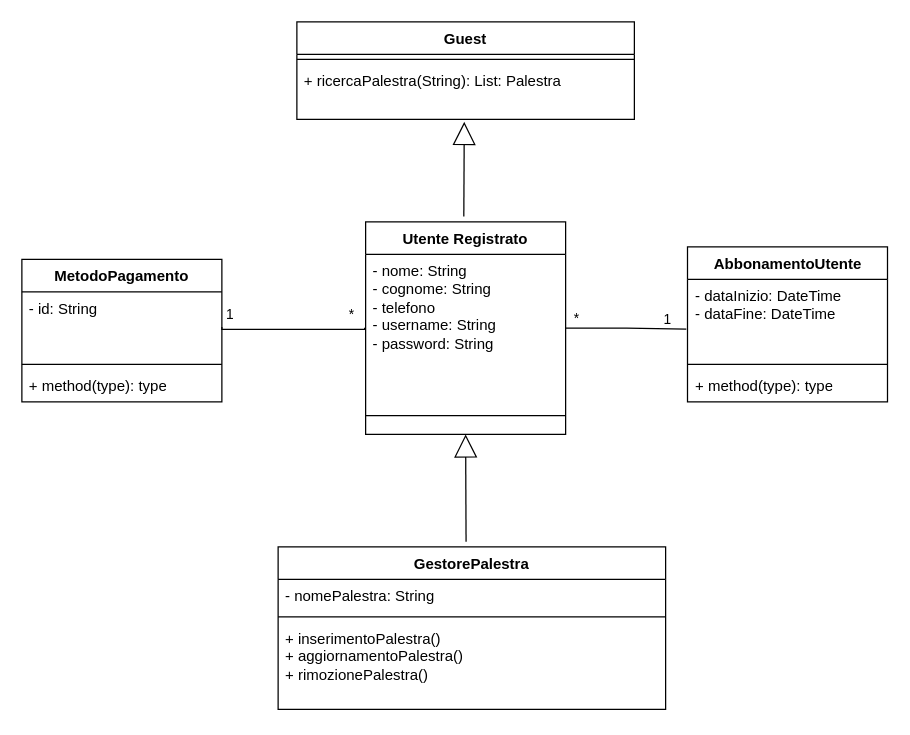
Earlier version of the draw.io diagram page "Page-1" (1 of 2) of Diagrammi_UML/Utente.drawio (JosephBoom02/Progetto_Ingegneria_del_Software). Source tidied: cells renumbered, new cells numbered last; positions are measured from the earlier drawing's top-left corner, leaving out a move shared by most shapes. Both pictures are drawn from the tidied source at 125%, with x=0, y=0 at pixel (21, 21).
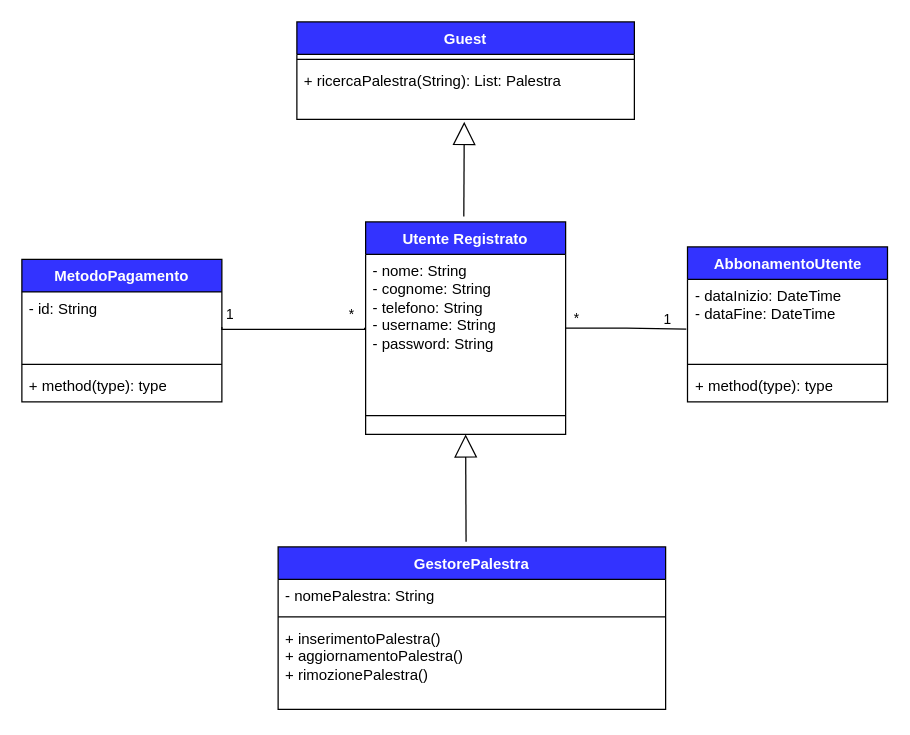
The same diagram, later.

Change to the diagram source:
```diff
@@
-    <mxCell id="2" value="Utente Registrato" style="swimlane;fontStyle=1;align=center;verticalAlign=top;horizontal=1;startSize=26;whiteSpace=wrap;html=1;" parent="1" vertex="1">
+    <mxCell id="2" value="&lt;font color=&quot;#ffffff&quot;&gt;Utente Registrato&lt;/font&gt;" style="swimlane;fontStyle=1;align=center;verticalAlign=top;horizontal=1;startSize=26;whiteSpace=wrap;html=1;fillColor=#3333FF;" parent="1" vertex="1">
       <mxGeometry x="275" y="160" width="160" height="170" as="geometry" />
     </mxCell>
-    <mxCell id="3" value="- nome: String&lt;br&gt;&lt;div&gt;- cognome: String&lt;/div&gt;&lt;div&gt;- telefono&lt;/div&gt;&lt;div&gt;- username: String&lt;/div&gt;&lt;div&gt;- password: String&lt;/div&gt;&lt;div&gt;&lt;br&gt; &lt;/div&gt;" style="text;strokeColor=none;fillColor=none;align=left;verticalAlign=top;spacingLeft=4;spacingRight=4;overflow=hidden;whiteSpace=wrap;html=1;" parent="2" vertex="1">
+    <mxCell id="3" value="- nome: String&lt;br&gt;&lt;div&gt;- cognome: String&lt;/div&gt;&lt;div&gt;- telefono: String&lt;br&gt;&lt;/div&gt;&lt;div&gt;- username: String&lt;/div&gt;&lt;div&gt;- password: String&lt;/div&gt;&lt;div&gt;&lt;br&gt; &lt;/div&gt;" style="text;strokeColor=none;fillColor=none;align=left;verticalAlign=top;spacingLeft=4;spacingRight=4;overflow=hidden;whiteSpace=wrap;html=1;" parent="2" vertex="1">
       <mxGeometry y="26" width="160" height="114" as="geometry" />
     </mxCell>
@@
-    <mxCell id="5" value="AbbonamentoUtente" style="swimlane;fontStyle=1;align=center;verticalAlign=top;horizontal=1;startSize=26;whiteSpace=wrap;html=1;" parent="1" vertex="1">
+    <mxCell id="5" value="&lt;font color=&quot;#ffffff&quot;&gt;AbbonamentoUtente&lt;/font&gt;" style="swimlane;fontStyle=1;align=center;verticalAlign=top;horizontal=1;startSize=26;whiteSpace=wrap;html=1;fillColor=#3333FF;" parent="1" vertex="1">
       <mxGeometry x="532.5" y="180" width="160" height="124" as="geometry" />
     </mxCell>
@@
-    <mxCell id="12" value="MetodoPagamento" style="swimlane;fontStyle=1;align=center;verticalAlign=top;horizontal=1;startSize=26;whiteSpace=wrap;html=1;" parent="1" vertex="1">
+    <mxCell id="12" value="&lt;font color=&quot;#ffffff&quot;&gt;MetodoPagamento&lt;/font&gt;" style="swimlane;fontStyle=1;align=center;verticalAlign=top;horizontal=1;startSize=26;whiteSpace=wrap;html=1;fillColor=#3333FF;" parent="1" vertex="1">
       <mxGeometry y="190" width="160" height="114" as="geometry" />
     </mxCell>
@@
-    <mxCell id="21" value="&lt;div&gt;Guest&lt;/div&gt;&lt;div&gt;&lt;br&gt;&lt;/div&gt;" style="swimlane;fontStyle=1;align=center;verticalAlign=top;horizontal=1;startSize=26;whiteSpace=wrap;html=1;" parent="1" vertex="1">
+    <mxCell id="21" value="&lt;div&gt;&lt;font color=&quot;#ffffff&quot;&gt;Guest&lt;/font&gt;&lt;/div&gt;&lt;div&gt;&lt;font color=&quot;#ffffff&quot;&gt;&lt;br&gt;&lt;/font&gt;&lt;/div&gt;" style="swimlane;fontStyle=1;align=center;verticalAlign=top;horizontal=1;startSize=26;whiteSpace=wrap;html=1;fillColor=#3333FF;" parent="1" vertex="1">
       <mxGeometry x="220" width="270" height="78" as="geometry" />
     </mxCell>
@@
-    <mxCell id="24" value="GestorePalestra" style="swimlane;fontStyle=1;align=center;verticalAlign=top;horizontal=1;startSize=26;whiteSpace=wrap;html=1;" parent="1" vertex="1">
+    <mxCell id="24" value="&lt;font color=&quot;#ffffff&quot;&gt;GestorePalestra&lt;/font&gt;" style="swimlane;fontStyle=1;align=center;verticalAlign=top;horizontal=1;startSize=26;whiteSpace=wrap;html=1;fillColor=#3333FF;" parent="1" vertex="1">
       <mxGeometry x="205" y="420" width="310" height="130" as="geometry" />
     </mxCell>
```
